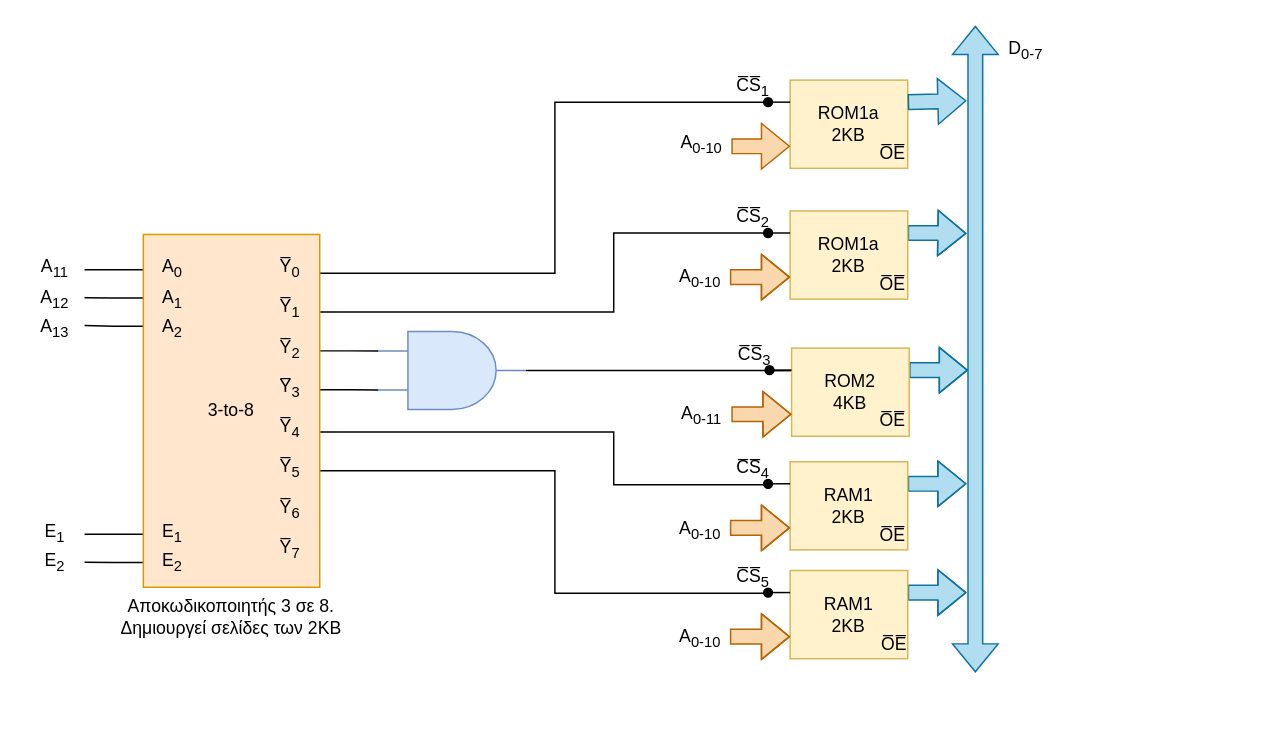
Before: 2nd Series/Exercise6_Circuit.drawio in konstantinosk31/Microcomputer-Systems, a draw.io diagram. Source tidied: cells renumbered, new cells numbered last; positions are measured from the earlier drawing's top-left corner, leaving out a move shared by most shapes. Both pictures are drawn from the tidied source at 147%, with x=0, y=0 at pixel (25, 25).
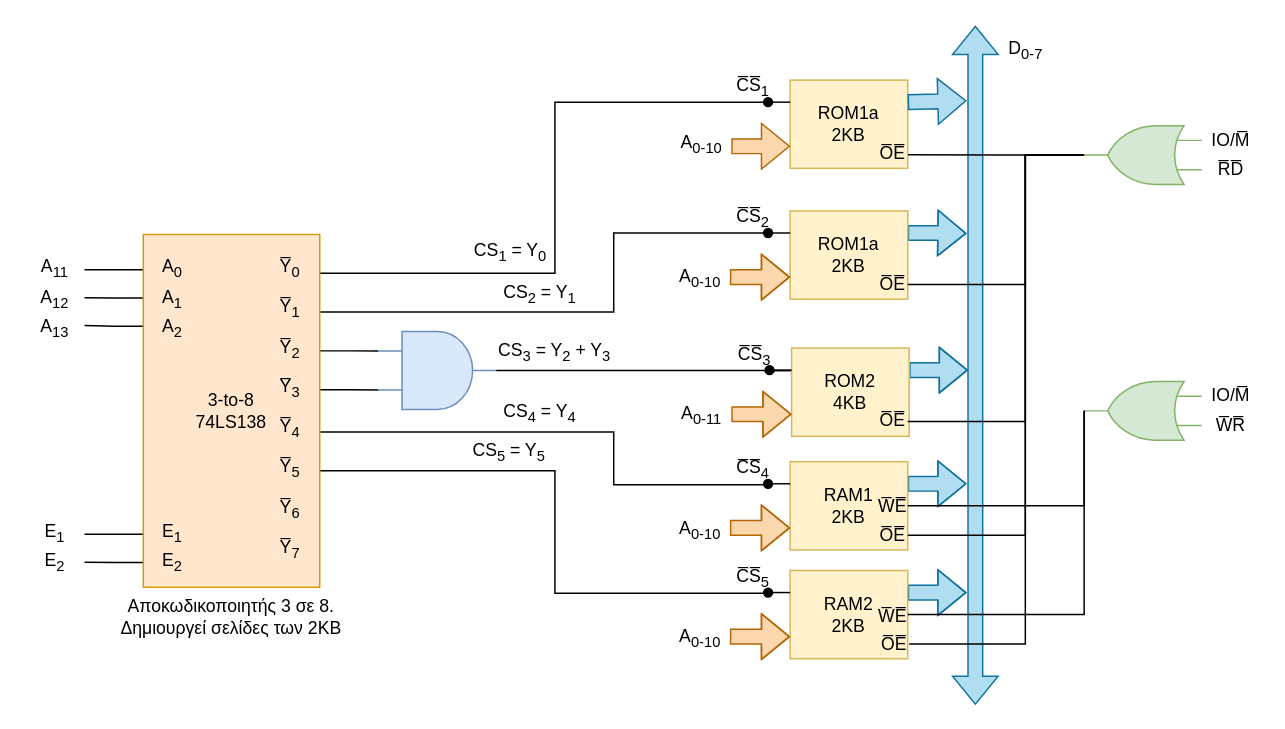
The same diagram, later.

Unchanged cells that the change refers to:
```xml
<mxCell id="34" value="&lt;div&gt;ROM1a&lt;/div&gt;&lt;div&gt;2KB&lt;br&gt;&lt;/div&gt;" style="rounded=0;whiteSpace=wrap;html=1;fillColor=#fff2cc;strokeColor=#d6b656;points=[[0,0,0,0,0],[0,0.25,0,-15,0],[0,0.25,0,0,0],[0,0.5,0,0,0],[0,0.75,0,0,0],[0,1,0,0,0],[0.25,0,0,0,0],[0.25,1,0,0,0],[0.5,0,0,0,0],[0.5,1,0,0,0],[0.75,0,0,0,0],[0.75,1,0,0,0],[1,0,0,0,0],[1,0.25,0,0,0],[1,0.5,0,0,0],[1,0.75,0,0,0],[1,1,0,0,0]];" parent="1" vertex="1">
  <mxGeometry x="520" y="37" width="80" height="60" as="geometry" />
</mxCell>
<mxCell id="53" value="&lt;div&gt;RAM1&lt;/div&gt;&lt;div&gt;2KB&lt;br&gt;&lt;/div&gt;" style="rounded=0;whiteSpace=wrap;html=1;fillColor=#fff2cc;strokeColor=#d6b656;points=[[0,0,0,0,0],[0,0.25,0,-15,0],[0,0.25,0,0,0],[0,0.5,0,0,0],[0,0.75,0,0,0],[0,1,0,0,0],[0.25,0,0,0,0],[0.25,1,0,0,0],[0.5,0,0,0,0],[0.5,1,0,0,0],[0.75,0,0,0,0],[0.75,1,0,0,0],[1,0,0,0,0],[1,0.25,0,0,0],[1,0.5,0,0,0],[1,0.75,0,0,0],[1,1,0,0,0]];" parent="1" vertex="1">
  <mxGeometry x="520" y="296.6" width="80" height="60" as="geometry" />
</mxCell>
<mxCell id="68" value="O̅E̅" style="text;html=1;align=center;verticalAlign=middle;whiteSpace=wrap;rounded=0;rotation=0;" parent="1" vertex="1">
  <mxGeometry x="580" y="166" width="20" height="20" as="geometry" />
</mxCell>
<mxCell id="69" value="O̅E̅" style="text;html=1;align=center;verticalAlign=middle;whiteSpace=wrap;rounded=0;rotation=0;" parent="1" vertex="1">
  <mxGeometry x="580" y="259.3" width="20" height="20" as="geometry" />
</mxCell>
<mxCell id="70" value="O̅E̅" style="text;html=1;align=center;verticalAlign=middle;whiteSpace=wrap;rounded=0;rotation=0;" parent="1" vertex="1">
  <mxGeometry x="580" y="336.6" width="20" height="20" as="geometry" />
</mxCell>
<mxCell id="71" value="O̅E̅" style="text;html=1;align=center;verticalAlign=middle;whiteSpace=wrap;rounded=0;rotation=0;" parent="1" vertex="1">
  <mxGeometry x="581" y="410.6" width="20" height="20" as="geometry" />
</mxCell>
```

Change to the diagram source:
```diff
@@
-    <mxCell id="13" value="&lt;div&gt;3-to-8&lt;/div&gt;" style="rounded=0;whiteSpace=wrap;html=1;points=[[0,0.1,0,0,0],[0,0.18,0,0,0],[0,0.26,0,0,0],[0,0.85,0,0,0],[0,0.93,0,0,0],[1,0.11,0,0,0],[1,0.22,0,0,0],[1,0.33,0,0,0],[1,0.44,0,0,0],[1,0.56,0,0,0],[1,0.67,0,0,0],[1,0.78,0,0,0],[1,0.89,0,0,0]];fillColor=#ffe6cc;strokeColor=#d79b00;" parent="1" vertex="1">
+    <mxCell id="13" value="&lt;div&gt;3-to-8&lt;/div&gt;&lt;div&gt;74LS138&lt;br&gt;&lt;/div&gt;" style="rounded=0;whiteSpace=wrap;html=1;points=[[0,0.1,0,0,0],[0,0.18,0,0,0],[0,0.26,0,0,0],[0,0.85,0,0,0],[0,0.93,0,0,0],[1,0.11,0,0,0],[1,0.22,0,0,0],[1,0.33,0,0,0],[1,0.44,0,0,0],[1,0.56,0,0,0],[1,0.67,0,0,0],[1,0.78,0,0,0],[1,0.89,0,0,0]];fillColor=#ffe6cc;strokeColor=#d79b00;" parent="1" vertex="1">
       <mxGeometry x="80" y="142" width="120" height="240" as="geometry" />
     </mxCell>
@@
     <mxCell id="33" style="verticalLabelPosition=bottom;shadow=0;dashed=0;align=center;html=1;verticalAlign=top;shape=mxgraph.electrical.logic_gates.logic_gate;operation=and;rotation=0;fillColor=#dae8fc;strokeColor=#6c8ebf;" parent="1" vertex="1">
-      <mxGeometry x="240" y="208" width="100" height="53" as="geometry" />
+      <mxGeometry x="240" y="208" width="80" height="53" as="geometry" />
     </mxCell>
@@
-    <mxCell id="59" value="&lt;div&gt;RAM1&lt;/div&gt;&lt;div&gt;2KB&lt;br&gt;&lt;/div&gt;" style="rounded=0;whiteSpace=wrap;html=1;fillColor=#fff2cc;strokeColor=#d6b656;points=[[0,0,0,0,0],[0,0.25,0,-15,0],[0,0.25,0,0,0],[0,0.5,0,0,0],[0,0.75,0,0,0],[0,1,0,0,0],[0.25,0,0,0,0],[0.25,1,0,0,0],[0.5,0,0,0,0],[0.5,1,0,0,0],[0.75,0,0,0,0],[0.75,1,0,0,0],[1,0,0,0,0],[1,0.25,0,0,0],[1,0.5,0,0,0],[1,0.75,0,0,0],[1,1,0,0,0]];" parent="1" vertex="1">
+    <mxCell id="59" value="&lt;div&gt;RAM2&lt;/div&gt;&lt;div&gt;2KB&lt;br&gt;&lt;/div&gt;" style="rounded=0;whiteSpace=wrap;html=1;fillColor=#fff2cc;strokeColor=#d6b656;points=[[0,0,0,0,0],[0,0.25,0,-15,0],[0,0.25,0,0,0],[0,0.5,0,0,0],[0,0.75,0,0,0],[0,1,0,0,0],[0.25,0,0,0,0],[0.25,1,0,0,0],[0.5,0,0,0,0],[0.5,1,0,0,0],[0.75,0,0,0,0],[0.75,1,0,0,0],[1,0,0,0,0],[1,0.25,0,0,0],[1,0.5,0,0,0],[1,0.75,0,0,0],[1,1,0,0,0]];" parent="1" vertex="1">
       <mxGeometry x="520" y="370.6" width="80" height="60" as="geometry" />
     </mxCell>
@@
     <mxCell id="65" style="shape=flexArrow;endArrow=classic;startArrow=classic;html=1;rounded=0;fillColor=#b1ddf0;strokeColor=#10739e;" parent="1" edge="1">
       <mxGeometry relative="1" as="geometry">
-        <mxPoint x="646" y="440" as="sourcePoint" />
+        <mxPoint x="646" y="462" as="sourcePoint" />
         <mxPoint x="646" as="targetPoint" />
       </mxGeometry>
     </mxCell>
@@
+    <mxCell id="72" style="edgeStyle=orthogonalEdgeStyle;rounded=0;jettySize=auto;html=1;exitX=1;exitY=0.5;exitDx=0;exitDy=0;exitPerimeter=0;entryX=1;entryY=0.5;entryDx=0;entryDy=0;endArrow=none;endFill=0;" parent="1" edge="1" source="76" target="68">
+      <mxGeometry relative="1" as="geometry">
+        <Array as="points">
+          <mxPoint x="680" y="88" />
+          <mxPoint x="680" y="176" />
+        </Array>
+      </mxGeometry>
+    </mxCell>
+    <mxCell id="73" style="edgeStyle=orthogonalEdgeStyle;rounded=0;jettySize=auto;html=1;exitX=1;exitY=0.5;exitDx=0;exitDy=0;exitPerimeter=0;entryX=1;entryY=0.5;entryDx=0;entryDy=0;endArrow=none;endFill=0;" parent="1" edge="1" source="76" target="69">
+      <mxGeometry relative="1" as="geometry">
+        <Array as="points">
+          <mxPoint x="680" y="88" />
+          <mxPoint x="680" y="269" />
+        </Array>
+      </mxGeometry>
+    </mxCell>
+    <mxCell id="74" style="edgeStyle=orthogonalEdgeStyle;rounded=0;jettySize=auto;html=1;exitX=1;exitY=0.5;exitDx=0;exitDy=0;exitPerimeter=0;entryX=1;entryY=0.5;entryDx=0;entryDy=0;endArrow=none;endFill=0;" parent="1" edge="1" source="76" target="70">
+      <mxGeometry relative="1" as="geometry">
+        <Array as="points">
+          <mxPoint x="680" y="88" />
+          <mxPoint x="680" y="347" />
+        </Array>
+      </mxGeometry>
+    </mxCell>
+    <mxCell id="75" style="edgeStyle=orthogonalEdgeStyle;rounded=0;jettySize=auto;html=1;exitX=1;exitY=0.5;exitDx=0;exitDy=0;exitPerimeter=0;entryX=1;entryY=0.5;entryDx=0;entryDy=0;endArrow=none;endFill=0;" parent="1" edge="1" source="76" target="71">
+      <mxGeometry relative="1" as="geometry">
+        <Array as="points">
+          <mxPoint x="680" y="88" />
+          <mxPoint x="680" y="421" />
+        </Array>
+      </mxGeometry>
+    </mxCell>
+    <mxCell id="76" style="verticalLabelPosition=bottom;shadow=0;dashed=0;align=center;html=1;verticalAlign=top;shape=mxgraph.electrical.logic_gates.logic_gate;operation=or;rotation=-180;fillColor=#d5e8d4;strokeColor=#82b366;" parent="1" vertex="1">
+      <mxGeometry x="720" y="68" width="80" height="40" as="geometry" />
+    </mxCell>
+    <mxCell id="77" style="edgeStyle=orthogonalEdgeStyle;rounded=0;jettySize=auto;html=1;exitX=1;exitY=0.5;exitDx=0;exitDy=0;exitPerimeter=0;entryX=1.002;entryY=0.845;entryDx=0;entryDy=0;entryPerimeter=0;endArrow=none;endFill=0;" parent="1" edge="1" source="76" target="34">
+      <mxGeometry relative="1" as="geometry" />
+    </mxCell>
+    <mxCell id="78" value="IO/M̅" style="text;html=1;align=center;verticalAlign=middle;whiteSpace=wrap;rounded=0;rotation=0;" parent="1" vertex="1">
+      <mxGeometry x="800" y="68" width="40" height="20" as="geometry" />
+    </mxCell>
+    <mxCell id="79" value="R̅D̅" style="text;html=1;align=center;verticalAlign=middle;whiteSpace=wrap;rounded=0;rotation=0;" parent="1" vertex="1">
+      <mxGeometry x="800" y="88" width="40" height="20" as="geometry" />
+    </mxCell>
+    <mxCell id="80" style="verticalLabelPosition=bottom;shadow=0;dashed=0;align=center;html=1;verticalAlign=top;shape=mxgraph.electrical.logic_gates.logic_gate;operation=or;rotation=-180;fillColor=#d5e8d4;strokeColor=#82b366;" parent="1" vertex="1">
+      <mxGeometry x="720" y="242" width="80" height="40" as="geometry" />
+    </mxCell>
+    <mxCell id="81" value="IO/M̅" style="text;html=1;align=center;verticalAlign=middle;whiteSpace=wrap;rounded=0;rotation=0;" parent="1" vertex="1">
+      <mxGeometry x="800" y="242" width="40" height="20" as="geometry" />
+    </mxCell>
+    <mxCell id="82" value="W̅R̅" style="text;html=1;align=center;verticalAlign=middle;whiteSpace=wrap;rounded=0;rotation=0;" parent="1" vertex="1">
+      <mxGeometry x="800" y="262" width="40" height="20" as="geometry" />
+    </mxCell>
+    <mxCell id="83" style="edgeStyle=orthogonalEdgeStyle;rounded=0;jettySize=auto;html=1;exitX=1;exitY=0.5;exitDx=0;exitDy=0;exitPerimeter=0;entryX=1;entryY=0.5;entryDx=0;entryDy=0;entryPerimeter=0;endArrow=none;endFill=0;" parent="1" edge="1" source="59" target="80">
+      <mxGeometry relative="1" as="geometry">
+        <Array as="points">
+          <mxPoint x="720" y="401" />
+        </Array>
+      </mxGeometry>
+    </mxCell>
+    <mxCell id="84" style="edgeStyle=orthogonalEdgeStyle;rounded=0;jettySize=auto;html=1;exitX=1;exitY=0.5;exitDx=0;exitDy=0;exitPerimeter=0;entryX=1;entryY=0.5;entryDx=0;entryDy=0;entryPerimeter=0;endArrow=none;endFill=0;" parent="1" edge="1" source="53" target="80">
+      <mxGeometry relative="1" as="geometry">
+        <Array as="points">
+          <mxPoint x="720" y="327" />
+        </Array>
+      </mxGeometry>
+    </mxCell>
+    <mxCell id="85" value="W̅E̅" style="text;html=1;align=center;verticalAlign=middle;whiteSpace=wrap;rounded=0;rotation=0;" parent="1" vertex="1">
+      <mxGeometry x="580" y="316.6" width="20" height="20" as="geometry" />
+    </mxCell>
+    <mxCell id="86" value="W̅E̅" style="text;html=1;align=center;verticalAlign=middle;whiteSpace=wrap;rounded=0;rotation=0;" parent="1" vertex="1">
+      <mxGeometry x="580" y="392" width="20" height="20" as="geometry" />
+    </mxCell>
+    <mxCell id="87" value="CS&lt;sub&gt;1&lt;/sub&gt; = Y&lt;sub&gt;0&lt;/sub&gt;" style="text;html=1;align=center;verticalAlign=middle;whiteSpace=wrap;rounded=0;" parent="1" vertex="1">
+      <mxGeometry x="300" y="142" width="60" height="24" as="geometry" />
+    </mxCell>
+    <mxCell id="88" value="CS&lt;sub&gt;2&lt;/sub&gt; = Y&lt;sub&gt;1&lt;/sub&gt;" style="text;html=1;align=center;verticalAlign=middle;whiteSpace=wrap;rounded=0;" parent="1" vertex="1">
+      <mxGeometry x="320" y="171" width="60" height="24" as="geometry" />
+    </mxCell>
+    <mxCell id="89" value="CS&lt;sub&gt;3&lt;/sub&gt; = Y&lt;sub&gt;2&lt;/sub&gt; + Y&lt;sub&gt;3&lt;/sub&gt;" style="text;html=1;align=center;verticalAlign=middle;whiteSpace=wrap;rounded=0;" parent="1" vertex="1">
+      <mxGeometry x="320" y="210" width="80" height="24" as="geometry" />
+    </mxCell>
+    <mxCell id="90" value="CS&lt;sub&gt;4&lt;/sub&gt; = Y&lt;sub&gt;4&lt;/sub&gt;" style="text;html=1;align=center;verticalAlign=middle;whiteSpace=wrap;rounded=0;" parent="1" vertex="1">
+      <mxGeometry x="320" y="252" width="60" height="24" as="geometry" />
+    </mxCell>
+    <mxCell id="91" value="CS&lt;sub&gt;5&lt;/sub&gt; = Y&lt;sub&gt;5&lt;/sub&gt;" style="text;html=1;align=center;verticalAlign=middle;whiteSpace=wrap;rounded=0;" parent="1" vertex="1">
+      <mxGeometry x="299" y="277.6" width="60" height="24" as="geometry" />
+    </mxCell>
```
